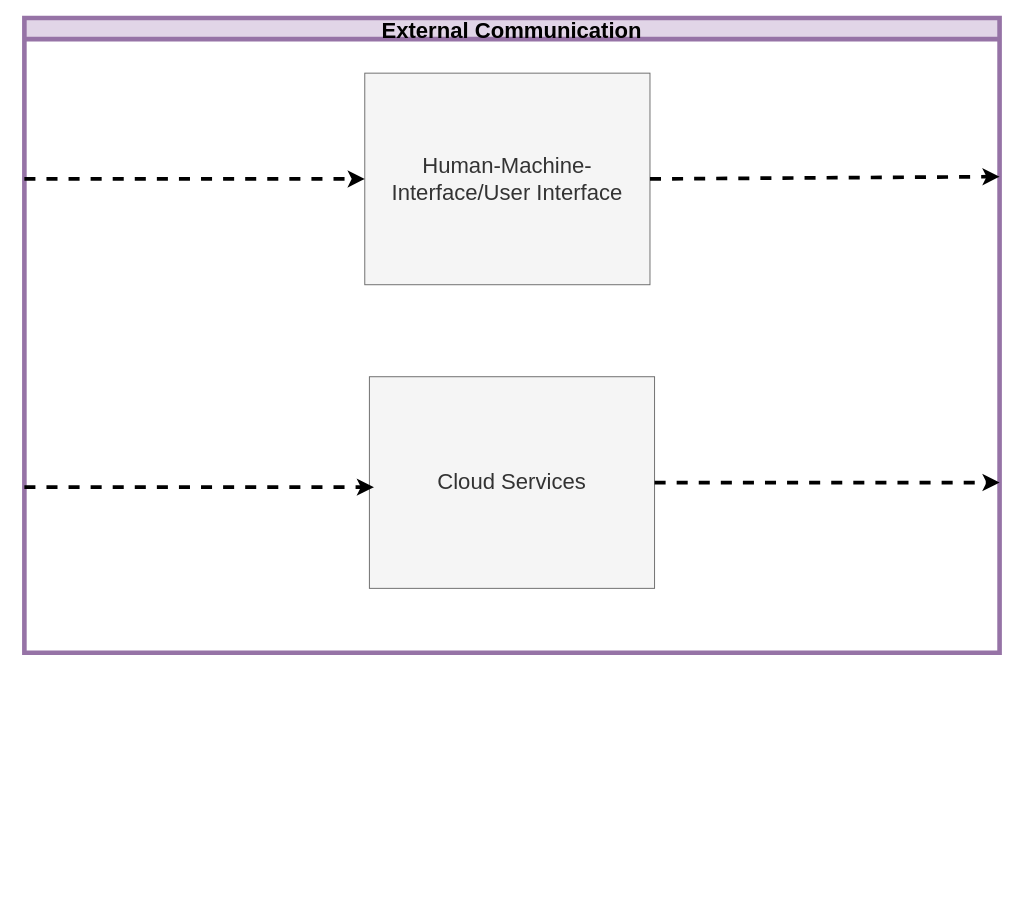
This is page "#2 External Communication" (8 of 18) of OutdoorNavigationStructure.drawio from ipa-dmo/ipa_outdoor_docu, a draw.io file, before an edit. Source tidied: cells renumbered, new cells numbered last; positions are measured from the earlier drawing's top-left corner, leaving out a move shared by most shapes. Both pictures are drawn from the tidied source at 92%, with x=0, y=0 at pixel (24, 17).
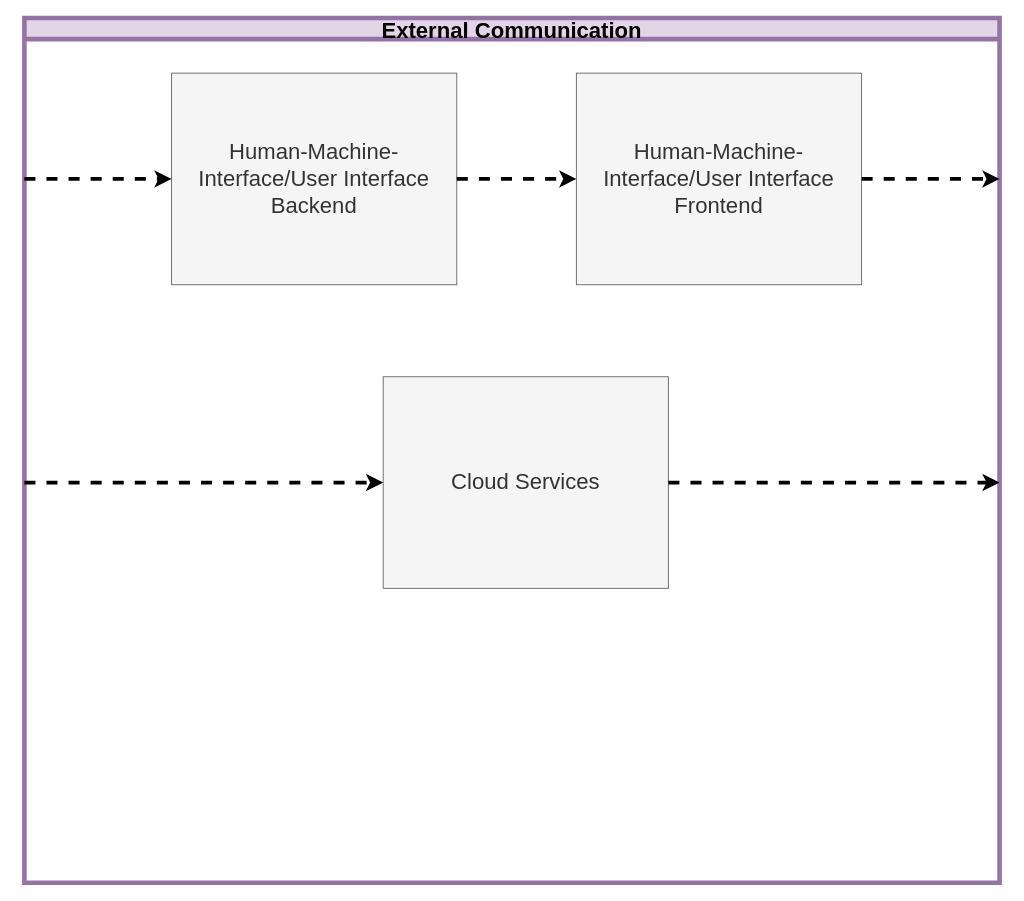
The same diagram, later.

What changed in the source:
```diff
@@
 <mxGraphModel>
   <root>
     <mxCell id="0" />
     <mxCell id="1" parent="0" />
     <mxCell id="2" value="External Communication" style="swimlane;fillColor=#e1d5e7;strokeColor=#9673a6;fontSize=24;strokeWidth=5;startSize=23;" parent="1" vertex="1">
-      <mxGeometry width="1060" height="690" as="geometry" />
+      <mxGeometry width="1060" height="940" as="geometry" />
     </mxCell>
-    <mxCell id="3" value="&lt;font style=&quot;font-size: 24px&quot;&gt;Human-Machine-Interface/User Interface&lt;/font&gt;" style="whiteSpace=wrap;html=1;fillColor=#f5f5f5;strokeColor=#666666;fontColor=#333333;" parent="2" vertex="1">
-      <mxGeometry x="370" y="60" width="310" height="230" as="geometry" />
+    <mxCell id="3" value="&lt;div&gt;&lt;font style=&quot;font-size: 24px&quot;&gt;Human-Machine-Interface/User Interface&lt;/font&gt;&lt;/div&gt;&lt;div&gt;&lt;font style=&quot;font-size: 24px&quot;&gt;Backend&lt;br&gt;&lt;/font&gt;&lt;/div&gt;" style="whiteSpace=wrap;html=1;fillColor=#f5f5f5;strokeColor=#666666;fontColor=#333333;" parent="2" vertex="1">
+      <mxGeometry x="160" y="60" width="310" height="230" as="geometry" />
     </mxCell>
     <mxCell id="4" style="endArrow=classic;html=1;entryX=0;entryY=0.5;entryDx=0;entryDy=0;strokeWidth=4;dashed=1;" parent="2" edge="1" target="3">
       <mxGeometry relative="1" as="geometry">
         <mxPoint y="175" as="sourcePoint" />
       </mxGeometry>
     </mxCell>
-    <mxCell id="5" style="endArrow=classic;html=1;entryX=1;entryY=0.25;entryDx=0;entryDy=0;strokeWidth=4;exitX=1;exitY=0.5;exitDx=0;exitDy=0;dashed=1;" parent="2" edge="1" source="3" target="2">
+    <mxCell id="5" style="endArrow=classic;html=1;strokeWidth=4;exitX=1;exitY=0.5;exitDx=0;exitDy=0;dashed=1;entryX=0;entryY=0.5;entryDx=0;entryDy=0;" parent="2" edge="1" source="3" target="9">
       <mxGeometry relative="1" as="geometry" />
     </mxCell>
     <mxCell id="6" value="&lt;font style=&quot;font-size: 24px&quot;&gt;Cloud Services&lt;br&gt;&lt;/font&gt;" style="whiteSpace=wrap;html=1;fillColor=#f5f5f5;strokeColor=#666666;fontColor=#333333;" parent="2" vertex="1">
-      <mxGeometry x="375" y="390" width="310" height="230" as="geometry" />
+      <mxGeometry x="390" y="390" width="310" height="230" as="geometry" />
     </mxCell>
-    <mxCell id="7" style="endArrow=classic;html=1;entryX=0;entryY=0.5;entryDx=0;entryDy=0;strokeWidth=4;dashed=1;" parent="1" edge="1">
+    <mxCell id="7" style="endArrow=classic;html=1;entryX=0;entryY=0.5;entryDx=0;entryDy=0;strokeWidth=4;dashed=1;" parent="2" edge="1" target="6">
       <mxGeometry relative="1" as="geometry">
-        <mxPoint y="510" as="sourcePoint" />
-        <mxPoint x="380" y="510" as="targetPoint" />
+        <mxPoint y="505" as="sourcePoint" />
       </mxGeometry>
     </mxCell>
-    <mxCell id="8" style="endArrow=classic;html=1;strokeWidth=4;exitX=1;exitY=0.5;exitDx=0;exitDy=0;dashed=1;" parent="1" edge="1" source="6">
+    <mxCell id="8" style="endArrow=classic;html=1;strokeWidth=4;exitX=1;exitY=0.5;exitDx=0;exitDy=0;dashed=1;" parent="2" edge="1" source="6">
       <mxGeometry relative="1" as="geometry">
         <mxPoint x="1060" y="505" as="targetPoint" />
       </mxGeometry>
     </mxCell>
+    <mxCell id="9" value="&lt;div&gt;&lt;font style=&quot;font-size: 24px&quot;&gt;Human-Machine-Interface/User Interface&lt;/font&gt;&lt;/div&gt;&lt;div&gt;&lt;font style=&quot;font-size: 24px&quot;&gt;Frontend&lt;br&gt;&lt;/font&gt;&lt;/div&gt;" style="whiteSpace=wrap;html=1;fillColor=#f5f5f5;strokeColor=#666666;fontColor=#333333;" parent="2" vertex="1">
+      <mxGeometry x="600" y="60" width="310" height="230" as="geometry" />
+    </mxCell>
+    <mxCell id="10" style="endArrow=classic;html=1;strokeWidth=4;exitX=1;exitY=0.5;exitDx=0;exitDy=0;dashed=1;" parent="2" edge="1" source="9">
+      <mxGeometry relative="1" as="geometry">
+        <mxPoint x="1060" y="175" as="targetPoint" />
+      </mxGeometry>
+    </mxCell>
   </root>
 </mxGraphModel>
```
